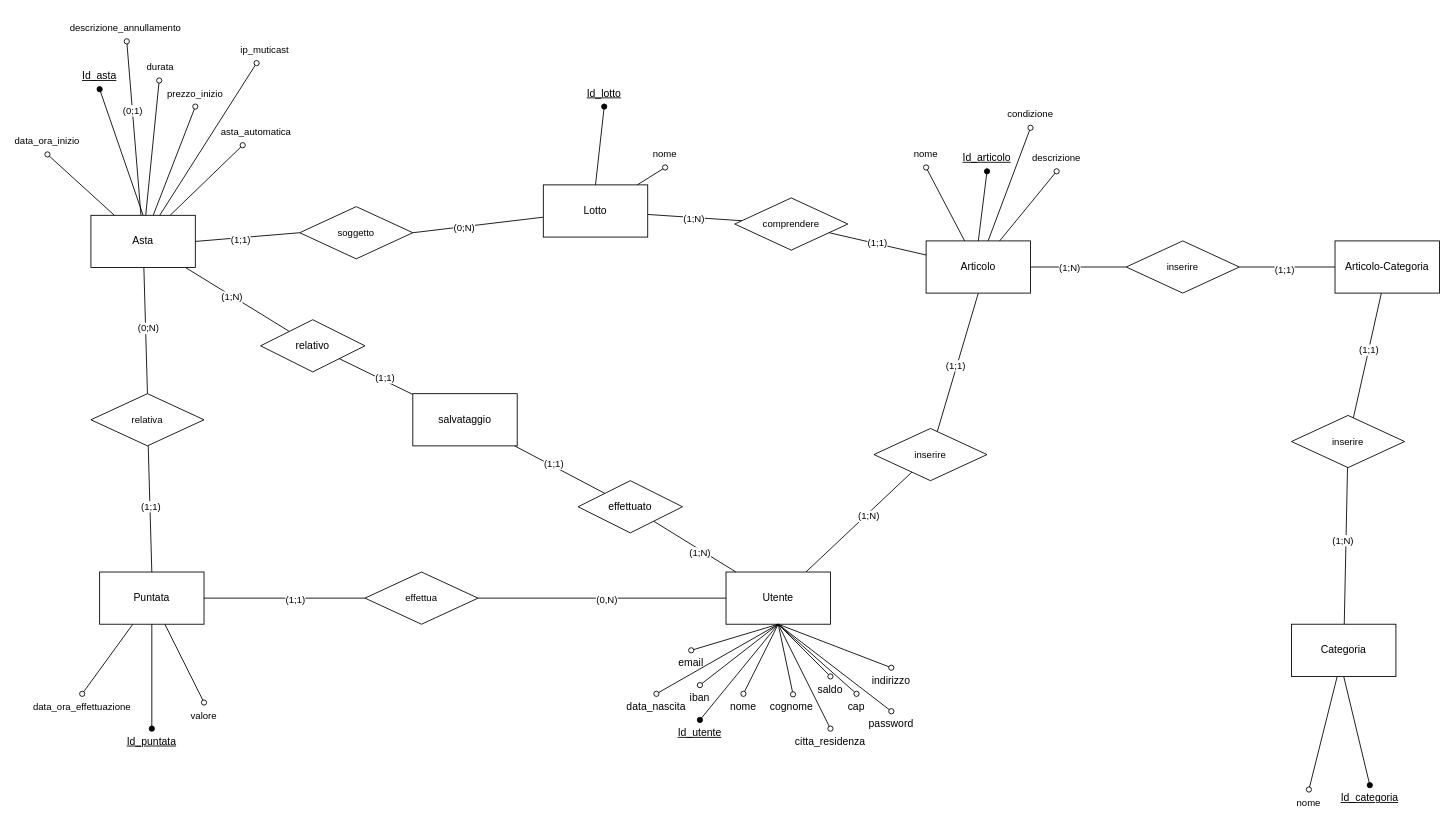
Chaos-Rat/GAO keeps this draw.io diagram as documenti/Schema_ER.drawio. Above is the earlier version. Source tidied: cells renumbered, new cells numbered last; positions are measured from the earlier drawing's top-left corner, leaving out a move shared by most shapes. Both pictures are drawn from the tidied source at 87%, with x=0, y=0 at pixel (21, 15).
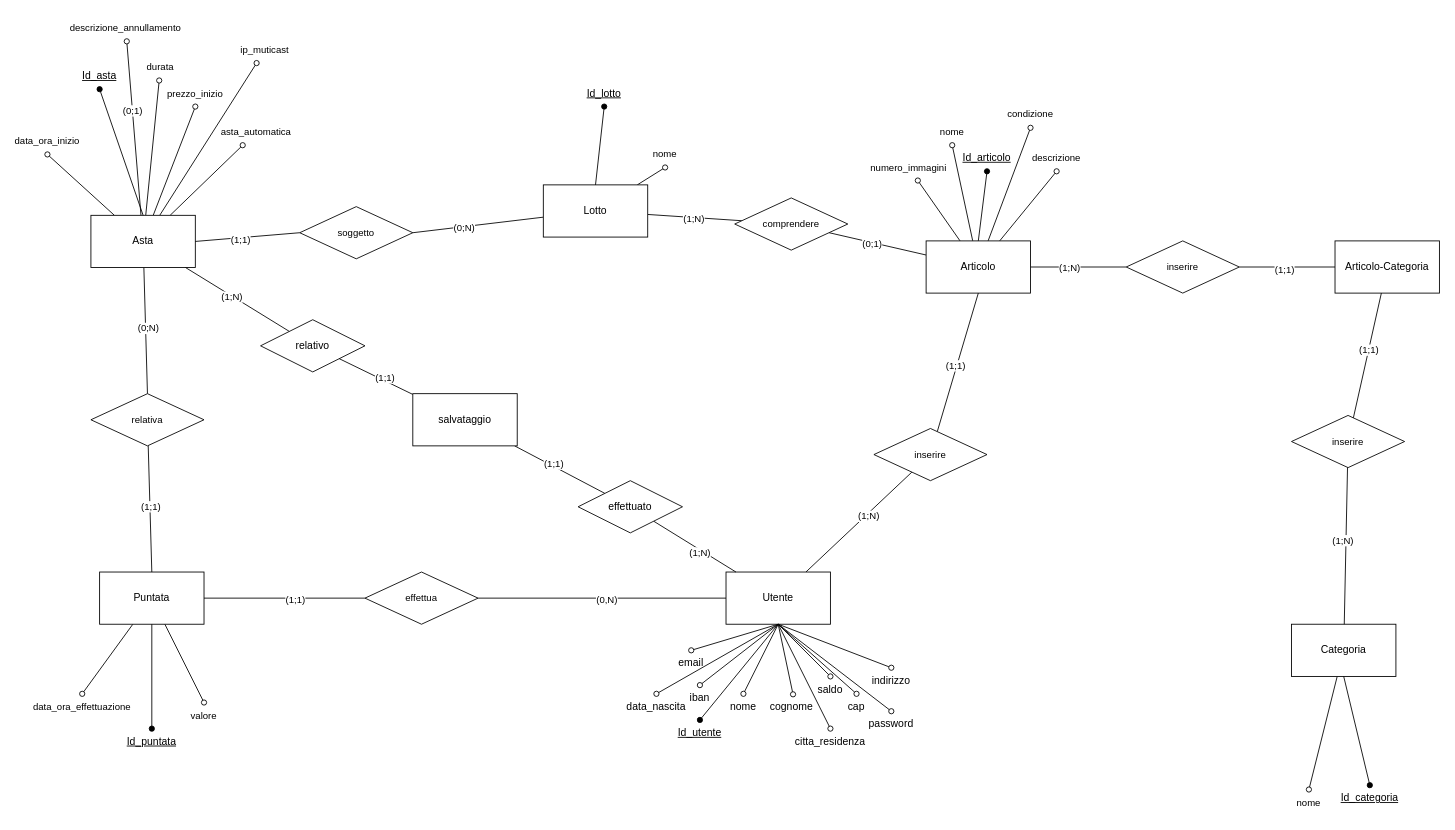
After the change.

Unchanged cells that the change refers to:
```xml
<mxCell id="17" style="edgeStyle=none;rounded=0;jettySize=auto;html=1;strokeColor=default;align=center;verticalAlign=middle;fontFamily=Helvetica;fontSize=11;fontColor=default;labelBackgroundColor=default;endArrow=none;endFill=0;" parent="1" edge="1" source="21" target="91">
  <mxGeometry relative="1" as="geometry" />
</mxCell>
<mxCell id="21" value="Articolo" style="rounded=0;whiteSpace=wrap;html=1;" parent="1" vertex="1">
  <mxGeometry x="1040" y="259.4" width="120" height="60" as="geometry" />
</mxCell>
```

What changed in the source:
```diff
@@
-    <mxCell id="18" value="(1;1)" style="edgeLabel;html=1;align=center;verticalAlign=middle;fontFamily=Helvetica;fontSize=11;fontColor=default;labelBackgroundColor=default;" parent="17" vertex="1">
-      <mxGeometry x="0.02" y="-1" relative="1" as="geometry" />
-    </mxCell>
+    <mxCell id="114" value="(0;1)" style="edgeLabel;html=1;align=center;verticalAlign=middle;fontFamily=Helvetica;fontSize=11;fontColor=default;labelBackgroundColor=default;" parent="17" vertex="1">
+      <mxGeometry x="0.11" y="1" relative="1" as="geometry" />
+    </mxCell>
@@
+    <mxCell id="115" style="rounded=0;jettySize=auto;html=1;endArrow=oval;endFill=0;" parent="1" edge="1" source="21" target="116">
+      <mxGeometry relative="1" as="geometry" />
+    </mxCell>
@@
     <mxCell id="69" value="nome" style="text;html=1;align=center;verticalAlign=middle;whiteSpace=wrap;rounded=0;fontFamily=Helvetica;fontSize=11;fontColor=default;labelBackgroundColor=default;" parent="1" vertex="1">
-      <mxGeometry x="1010" y="145" width="60" height="30" as="geometry" />
+      <mxGeometry x="1040" y="119.4" width="60" height="30" as="geometry" />
     </mxCell>
@@
+    <mxCell id="116" value="numero_immagini" style="text;html=1;align=center;verticalAlign=middle;whiteSpace=wrap;rounded=0;fontFamily=Helvetica;fontSize=11;fontColor=default;labelBackgroundColor=default;" parent="1" vertex="1">
+      <mxGeometry x="990" y="160" width="60" height="30" as="geometry" />
+    </mxCell>
```
